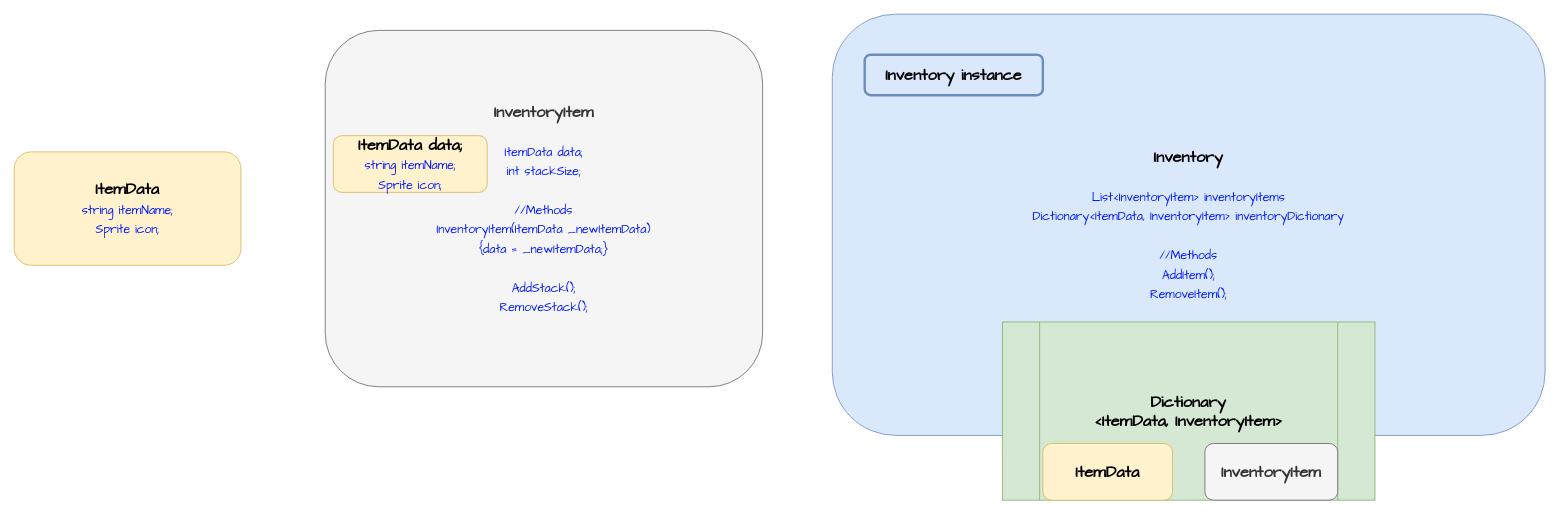
Jormungandr5/iodraw-files keeps this draw.io diagram as Inventory.drawio. Above is the earlier version. Source tidied: cells renumbered, new cells numbered last; positions are measured from the earlier drawing's top-left corner, leaving out a move shared by most shapes. Both pictures are drawn from the tidied source at 81%, with x=0, y=0 at pixel (14, 14).
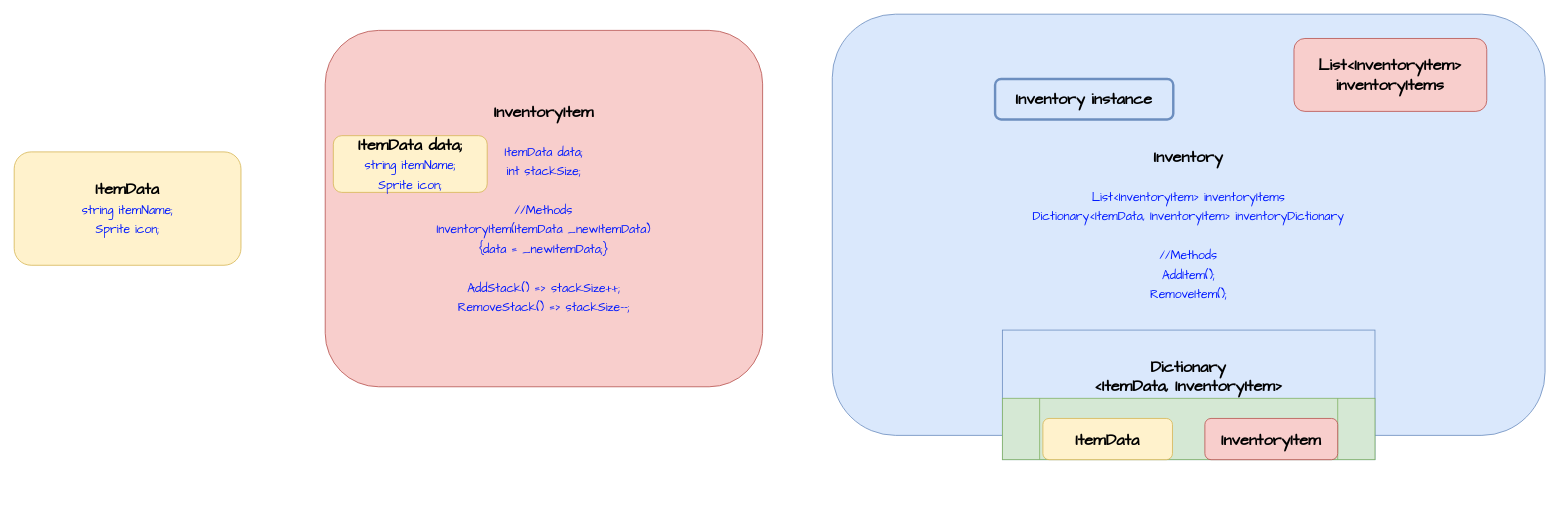
Above is the later version.

What changed in the source:
```diff
@@
 <mxGraphModel>
   <root>
     <mxCell id="0" />
     <mxCell id="1" parent="0" />
     <mxCell id="2" value="ItemData&lt;div&gt;&lt;span style=&quot;font-weight: normal;&quot;&gt;&lt;font style=&quot;font-size: 15px; color: rgb(0, 25, 255);&quot;&gt;string itemName;&lt;/font&gt;&lt;/span&gt;&lt;/div&gt;&lt;div&gt;&lt;span style=&quot;font-weight: normal;&quot;&gt;&lt;font style=&quot;font-size: 15px; color: rgb(0, 25, 255);&quot;&gt;Sprite icon;&lt;/font&gt;&lt;/span&gt;&lt;/div&gt;" style="rounded=1;whiteSpace=wrap;html=1;fillColor=#fff2cc;strokeColor=#d6b656;fontSize=20;fontStyle=1;fontFamily=Comic Sans MS;" parent="1" vertex="1">
       <mxGeometry y="170" width="280" height="140" as="geometry" />
     </mxCell>
     <mxCell id="3" value="Inventory&lt;div&gt;&lt;br&gt;&lt;div&gt;&lt;font color=&quot;#0019ff&quot;&gt;&lt;span style=&quot;font-size: 15px; font-weight: 400;&quot;&gt;List&amp;lt;InventoryItem&amp;gt; inventoryItems&lt;/span&gt;&lt;/font&gt;&lt;/div&gt;&lt;div&gt;&lt;span style=&quot;font-weight: normal;&quot;&gt;&lt;font style=&quot;font-size: 15px; color: rgb(0, 25, 255);&quot;&gt;Dictionary&amp;lt;ItemData, InventoryItem&amp;gt; inventoryDictionary&lt;/font&gt;&lt;/span&gt;&lt;/div&gt;&lt;/div&gt;&lt;div&gt;&lt;span style=&quot;font-weight: normal;&quot;&gt;&lt;font style=&quot;font-size: 15px; color: rgb(0, 25, 255);&quot;&gt;&lt;br&gt;&lt;/font&gt;&lt;/span&gt;&lt;/div&gt;&lt;div&gt;&lt;span style=&quot;font-weight: normal;&quot;&gt;&lt;font style=&quot;font-size: 15px; color: rgb(0, 25, 255);&quot;&gt;//Methods&lt;/font&gt;&lt;/span&gt;&lt;/div&gt;&lt;div&gt;&lt;font color=&quot;#0019ff&quot;&gt;&lt;span style=&quot;font-size: 15px; font-weight: 400;&quot;&gt;AddItem();&lt;/span&gt;&lt;/font&gt;&lt;/div&gt;&lt;div&gt;&lt;font color=&quot;#0019ff&quot;&gt;&lt;span style=&quot;font-size: 15px; font-weight: 400;&quot;&gt;RemoveItem();&lt;/span&gt;&lt;/font&gt;&lt;/div&gt;" style="rounded=1;whiteSpace=wrap;html=1;fillColor=#dae8fc;strokeColor=#6c8ebf;fontSize=20;fontStyle=1;fontFamily=Comic Sans MS;" parent="1" vertex="1">
       <mxGeometry x="1010" width="880" height="520" as="geometry" />
     </mxCell>
     <mxCell id="4" style="group;" parent="1" vertex="1">
       <mxGeometry x="384" y="20" width="540" height="440" as="geometry" />
     </mxCell>
-    <mxCell id="5" value="InventoryItem&lt;div&gt;&lt;br&gt;&lt;div&gt;&lt;span style=&quot;font-weight: normal;&quot;&gt;&lt;font style=&quot;font-size: 15px; color: rgb(0, 25, 255);&quot;&gt;ItemData data;&lt;/font&gt;&lt;/span&gt;&lt;/div&gt;&lt;div&gt;&lt;span style=&quot;font-weight: normal;&quot;&gt;&lt;font style=&quot;font-size: 15px; color: rgb(0, 25, 255);&quot;&gt;int stackSize;&lt;/font&gt;&lt;/span&gt;&lt;/div&gt;&lt;/div&gt;&lt;div&gt;&lt;span style=&quot;font-weight: normal;&quot;&gt;&lt;font style=&quot;font-size: 15px; color: rgb(0, 25, 255);&quot;&gt;&lt;br&gt;&lt;/font&gt;&lt;/span&gt;&lt;/div&gt;&lt;div&gt;&lt;span style=&quot;font-weight: normal;&quot;&gt;&lt;font style=&quot;font-size: 15px; color: rgb(0, 25, 255);&quot;&gt;//Methods&lt;/font&gt;&lt;/span&gt;&lt;/div&gt;&lt;div&gt;&lt;span style=&quot;font-weight: normal;&quot;&gt;&lt;font style=&quot;font-size: 15px; color: rgb(0, 25, 255);&quot;&gt;InventoryItem(ItemData _newItemData)&lt;/font&gt;&lt;/span&gt;&lt;/div&gt;&lt;div&gt;&lt;span style=&quot;font-weight: normal;&quot;&gt;&lt;font style=&quot;font-size: 15px; color: rgb(0, 25, 255);&quot;&gt;{data = _newItemData;}&lt;/font&gt;&lt;/span&gt;&lt;/div&gt;&lt;div&gt;&lt;span style=&quot;font-weight: normal;&quot;&gt;&lt;font style=&quot;font-size: 15px; color: rgb(0, 25, 255);&quot;&gt;&lt;br&gt;&lt;/font&gt;&lt;/span&gt;&lt;/div&gt;&lt;div&gt;&lt;span style=&quot;font-weight: normal;&quot;&gt;&lt;font style=&quot;font-size: 15px; color: rgb(0, 25, 255);&quot;&gt;AddStack();&lt;/font&gt;&lt;/span&gt;&lt;/div&gt;&lt;div&gt;&lt;span style=&quot;font-weight: normal;&quot;&gt;&lt;font style=&quot;font-size: 15px; color: rgb(0, 25, 255);&quot;&gt;RemoveStack();&lt;/font&gt;&lt;/span&gt;&lt;/div&gt;" style="rounded=1;whiteSpace=wrap;html=1;fillColor=#f5f5f5;strokeColor=#666666;fontSize=20;fontStyle=1;fontFamily=Comic Sans MS;fontColor=#333333;" parent="4" vertex="1">
+    <mxCell id="5" value="InventoryItem&lt;div&gt;&lt;br&gt;&lt;div&gt;&lt;span style=&quot;font-weight: normal;&quot;&gt;&lt;font style=&quot;font-size: 15px; color: rgb(0, 25, 255);&quot;&gt;ItemData data;&lt;/font&gt;&lt;/span&gt;&lt;/div&gt;&lt;div&gt;&lt;span style=&quot;font-weight: normal;&quot;&gt;&lt;font style=&quot;font-size: 15px; color: rgb(0, 25, 255);&quot;&gt;int stackSize;&lt;/font&gt;&lt;/span&gt;&lt;/div&gt;&lt;/div&gt;&lt;div&gt;&lt;span style=&quot;font-weight: normal;&quot;&gt;&lt;font style=&quot;font-size: 15px; color: rgb(0, 25, 255);&quot;&gt;&lt;br&gt;&lt;/font&gt;&lt;/span&gt;&lt;/div&gt;&lt;div&gt;&lt;span style=&quot;font-weight: normal;&quot;&gt;&lt;font style=&quot;font-size: 15px; color: rgb(0, 25, 255);&quot;&gt;//Methods&lt;/font&gt;&lt;/span&gt;&lt;/div&gt;&lt;div&gt;&lt;span style=&quot;font-weight: normal;&quot;&gt;&lt;font style=&quot;font-size: 15px; color: rgb(0, 25, 255);&quot;&gt;InventoryItem(ItemData _newItemData)&lt;/font&gt;&lt;/span&gt;&lt;/div&gt;&lt;div&gt;&lt;span style=&quot;font-weight: normal;&quot;&gt;&lt;font style=&quot;font-size: 15px; color: rgb(0, 25, 255);&quot;&gt;{data = _newItemData;}&lt;/font&gt;&lt;/span&gt;&lt;/div&gt;&lt;div&gt;&lt;span style=&quot;font-weight: normal;&quot;&gt;&lt;font style=&quot;font-size: 15px; color: rgb(0, 25, 255);&quot;&gt;&lt;br&gt;&lt;/font&gt;&lt;/span&gt;&lt;/div&gt;&lt;div&gt;&lt;span style=&quot;font-weight: normal;&quot;&gt;&lt;font style=&quot;font-size: 15px; color: rgb(0, 25, 255);&quot;&gt;AddStack() =&amp;gt;&amp;nbsp;&lt;/font&gt;&lt;/span&gt;&lt;span style=&quot;color: rgb(0, 25, 255); font-size: 15px; font-weight: 400; background-color: transparent;&quot;&gt;stackSize++;&lt;/span&gt;&lt;/div&gt;&lt;div&gt;&lt;span style=&quot;font-weight: normal;&quot;&gt;&lt;font style=&quot;font-size: 15px; color: rgb(0, 25, 255);&quot;&gt;RemoveStack() =&amp;gt;&amp;nbsp;&lt;/font&gt;&lt;/span&gt;&lt;span style=&quot;background-color: transparent; font-size: 15px; font-weight: 400;&quot;&gt;&lt;font color=&quot;#0019ff&quot;&gt;stackSize--;&lt;/font&gt;&lt;/span&gt;&lt;/div&gt;" style="rounded=1;whiteSpace=wrap;html=1;fillColor=#f8cecc;strokeColor=#b85450;fontSize=20;fontStyle=1;fontFamily=Comic Sans MS;" parent="4" vertex="1">
       <mxGeometry width="540" height="440" as="geometry" />
     </mxCell>
     <mxCell id="6" value="ItemData data;&lt;div&gt;&lt;span style=&quot;font-weight: normal;&quot;&gt;&lt;font style=&quot;font-size: 15px; color: rgb(0, 25, 255);&quot;&gt;string itemName;&lt;/font&gt;&lt;/span&gt;&lt;/div&gt;&lt;div&gt;&lt;span style=&quot;font-weight: normal;&quot;&gt;&lt;font style=&quot;font-size: 15px; color: rgb(0, 25, 255);&quot;&gt;Sprite icon;&lt;/font&gt;&lt;/span&gt;&lt;/div&gt;" style="rounded=1;whiteSpace=wrap;html=1;fillColor=#fff2cc;strokeColor=#d6b656;fontSize=20;fontStyle=1;fontFamily=Comic Sans MS;" parent="4" vertex="1">
       <mxGeometry x="10" y="130" width="190" height="70" as="geometry" />
     </mxCell>
     <mxCell id="7" value="Inventory instance" style="rounded=1;whiteSpace=wrap;html=1;fillColor=#dae8fc;strokeColor=#6c8ebf;fontSize=20;fontStyle=1;fontFamily=Comic Sans MS;strokeWidth=3;" parent="1" vertex="1">
-      <mxGeometry x="1050" y="50" width="220" height="50" as="geometry" />
+      <mxGeometry x="1211" y="80" width="220" height="50" as="geometry" />
     </mxCell>
-    <mxCell id="8" style="group;" parent="1" vertex="1">
-      <mxGeometry x="1220" y="380" width="460" height="220" as="geometry" />
+    <mxCell id="8" style="group;fillColor=#dae8fc;strokeColor=#6c8ebf;" parent="1" vertex="1">
+      <mxGeometry x="1220" y="390" width="460" height="160" as="geometry" />
     </mxCell>
-    <mxCell id="9" value="Dictionary&lt;div&gt;&amp;lt;ItemData, InventoryItem&amp;gt;&lt;/div&gt;" style="shape=process;whiteSpace=wrap;html=1;backgroundOutline=1;fillColor=#d5e8d4;strokeColor=#82b366;fontStyle=1;fontSize=20;fontFamily=Comic Sans MS;" parent="8" vertex="1">
-      <mxGeometry width="460" height="220" as="geometry" />
+    <mxCell id="9" value="Dictionary&lt;div&gt;&amp;lt;ItemData, InventoryItem&amp;gt;&lt;/div&gt;" style="shape=process;whiteSpace=wrap;html=1;backgroundOutline=1;fillColor=#d5e8d4;strokeColor=#82b366;fontStyle=1;fontSize=20;fontFamily=Comic Sans MS;labelPosition=center;verticalLabelPosition=top;align=center;verticalAlign=bottom;" parent="8" vertex="1">
+      <mxGeometry y="84.2" width="460" height="75.8" as="geometry" />
     </mxCell>
     <mxCell id="10" value="ItemData" style="rounded=1;whiteSpace=wrap;html=1;fillColor=#fff2cc;strokeColor=#d6b656;fontSize=20;fontStyle=1;fontFamily=Comic Sans MS;" parent="8" vertex="1">
-      <mxGeometry x="50" y="150" width="160" height="70" as="geometry" />
+      <mxGeometry x="50" y="109.1" width="160" height="50.9" as="geometry" />
     </mxCell>
-    <mxCell id="11" value="InventoryItem" style="rounded=1;whiteSpace=wrap;html=1;fillColor=#f5f5f5;strokeColor=#666666;fontSize=20;fontStyle=1;fontFamily=Comic Sans MS;fontColor=#333333;" parent="8" vertex="1">
-      <mxGeometry x="250" y="150" width="164" height="70" as="geometry" />
+    <mxCell id="11" value="InventoryItem" style="rounded=1;whiteSpace=wrap;html=1;fillColor=#f8cecc;strokeColor=#b85450;fontSize=20;fontStyle=1;fontFamily=Comic Sans MS;" parent="8" vertex="1">
+      <mxGeometry x="250" y="109.1" width="164" height="50.9" as="geometry" />
     </mxCell>
+    <mxCell id="12" value="List&amp;lt;InventoryItem&amp;gt; inventoryItems" style="rounded=1;whiteSpace=wrap;html=1;fillColor=#f8cecc;strokeColor=#b85450;fontSize=20;fontStyle=1;fontFamily=Comic Sans MS;" parent="1" vertex="1">
+      <mxGeometry x="1580" y="30" width="238" height="90" as="geometry" />
+    </mxCell>
   </root>
 </mxGraphModel>
```
